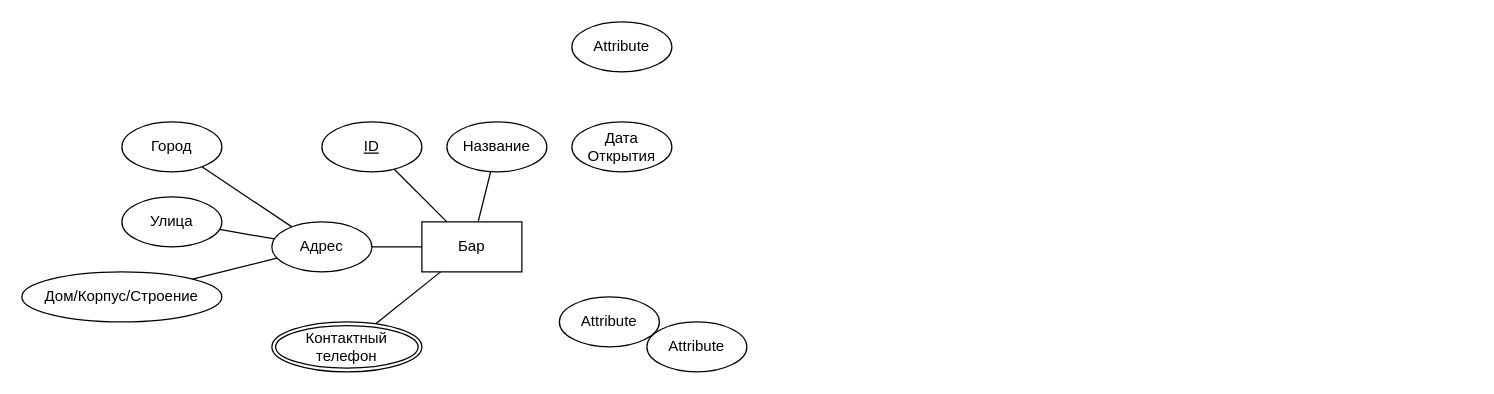
Above: erm.drawio in randomunrandom/pkis (draw.io), before the change. Source tidied: cells renumbered, new cells numbered last; positions are measured from the earlier drawing's top-left corner, leaving out a move shared by most shapes. Both pictures are drawn from the tidied source at 125%, with x=0, y=0 at pixel (21, 21).
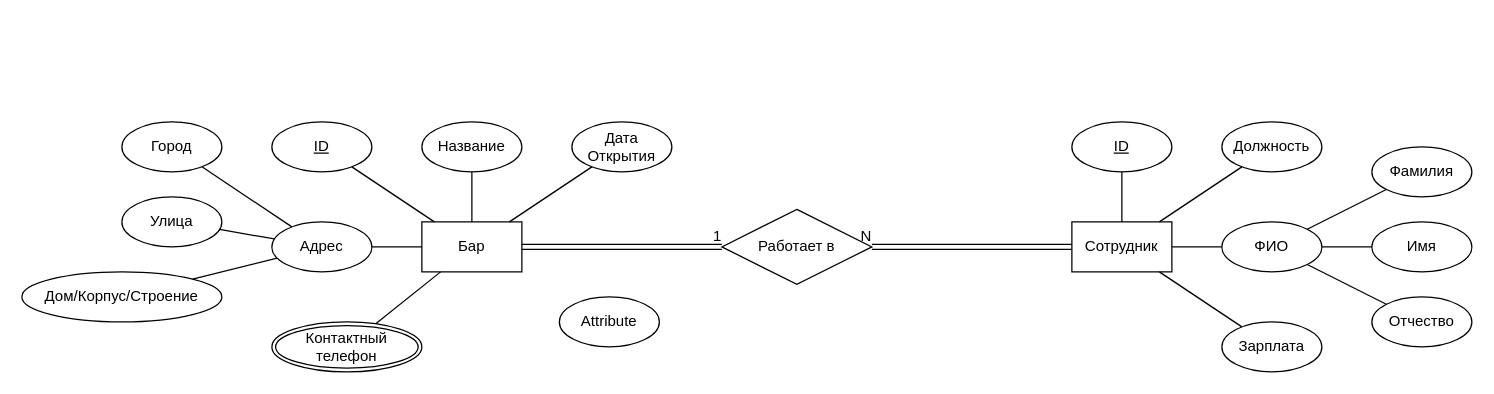
Above is the later version.

Unchanged cells that the change refers to:
```xml
<mxCell id="2" value="Бар" style="whiteSpace=wrap;html=1;align=center;" parent="1" vertex="1">
  <mxGeometry x="320" y="160" width="80" height="40" as="geometry" />
</mxCell>
<mxCell id="16" value="Дата Открытия" style="ellipse;whiteSpace=wrap;html=1;align=center;" parent="1" vertex="1">
  <mxGeometry x="440" y="80" width="80" height="40" as="geometry" />
</mxCell>
```

What changed in the source:
```diff
@@
     <mxCell id="3" value="ID" style="ellipse;whiteSpace=wrap;html=1;align=center;fontStyle=4;" parent="1" vertex="1">
-      <mxGeometry x="240" y="80" width="80" height="40" as="geometry" />
+      <mxGeometry x="200" y="80" width="80" height="40" as="geometry" />
     </mxCell>
@@
     <mxCell id="5" value="Название" style="ellipse;whiteSpace=wrap;html=1;align=center;" parent="1" vertex="1">
-      <mxGeometry x="340" y="80" width="80" height="40" as="geometry" />
+      <mxGeometry x="320" y="80" width="80" height="40" as="geometry" />
     </mxCell>
@@
-    <mxCell id="14" value="Attribute" style="ellipse;whiteSpace=wrap;html=1;align=center;" parent="1" vertex="1">
-      <mxGeometry x="500" y="240" width="80" height="40" as="geometry" />
+    <mxCell id="14" value="ФИО" style="ellipse;whiteSpace=wrap;html=1;align=center;" parent="1" vertex="1">
+      <mxGeometry x="960" y="160" width="80" height="40" as="geometry" />
     </mxCell>
@@
-    <mxCell id="17" value="Attribute" style="ellipse;whiteSpace=wrap;html=1;align=center;" parent="1" vertex="1">
-      <mxGeometry x="440" width="80" height="40" as="geometry" />
+    <mxCell id="17" value="&lt;u&gt;ID&lt;/u&gt;" style="ellipse;whiteSpace=wrap;html=1;align=center;" parent="1" vertex="1">
+      <mxGeometry x="840" y="80" width="80" height="40" as="geometry" />
     </mxCell>
@@
+    <mxCell id="21" style="endArrow=none;html=1;rounded=0;" parent="1" edge="1" source="16" target="2">
+      <mxGeometry relative="1" as="geometry" />
+    </mxCell>
+    <mxCell id="22" value="Работает в" style="shape=rhombus;perimeter=rhombusPerimeter;whiteSpace=wrap;html=1;align=center;" parent="1" vertex="1">
+      <mxGeometry x="560" y="150" width="120" height="60" as="geometry" />
+    </mxCell>
+    <mxCell id="23" value="Сотрудник" style="whiteSpace=wrap;html=1;align=center;" parent="1" vertex="1">
+      <mxGeometry x="840" y="160" width="80" height="40" as="geometry" />
+    </mxCell>
+    <mxCell id="24" style="endArrow=none;html=1;rounded=0;" parent="1" edge="1" source="17" target="23">
+      <mxGeometry relative="1" as="geometry" />
+    </mxCell>
+    <mxCell id="25" value="Имя" style="ellipse;whiteSpace=wrap;html=1;align=center;" parent="1" vertex="1">
+      <mxGeometry x="1080" y="160" width="80" height="40" as="geometry" />
+    </mxCell>
+    <mxCell id="26" value="Фамилия" style="ellipse;whiteSpace=wrap;html=1;align=center;" parent="1" vertex="1">
+      <mxGeometry x="1080" y="100" width="80" height="40" as="geometry" />
+    </mxCell>
+    <mxCell id="27" value="Отчество" style="ellipse;whiteSpace=wrap;html=1;align=center;" parent="1" vertex="1">
+      <mxGeometry x="1080" y="220" width="80" height="40" as="geometry" />
+    </mxCell>
+    <mxCell id="28" style="endArrow=none;html=1;rounded=0;" parent="1" edge="1" source="14" target="23">
+      <mxGeometry relative="1" as="geometry" />
+    </mxCell>
+    <mxCell id="29" style="endArrow=none;html=1;rounded=0;" parent="1" edge="1" source="25" target="14">
+      <mxGeometry relative="1" as="geometry" />
+    </mxCell>
+    <mxCell id="30" style="endArrow=none;html=1;rounded=0;" parent="1" edge="1" source="27" target="14">
+      <mxGeometry relative="1" as="geometry" />
+    </mxCell>
+    <mxCell id="31" style="endArrow=none;html=1;rounded=0;" parent="1" edge="1" source="26" target="14">
+      <mxGeometry relative="1" as="geometry" />
+    </mxCell>
+    <mxCell id="32" style="shape=link;html=1;rounded=0;endArrow=none;endFill=0;" parent="1" edge="1" source="2" target="22">
+      <mxGeometry relative="1" as="geometry" />
+    </mxCell>
+    <mxCell id="33" value="1" style="html=1;align=right;verticalAlign=bottom;" parent="32" vertex="1">
+      <mxGeometry x="1" relative="1" as="geometry" />
+    </mxCell>
+    <mxCell id="34" style="shape=link;html=1;rounded=0;endArrow=none;endFill=0;" parent="1" edge="1" source="23" target="22">
+      <mxGeometry relative="1" as="geometry" />
+    </mxCell>
+    <mxCell id="35" value="N" style="html=1;align=right;verticalAlign=bottom;" parent="34" vertex="1">
+      <mxGeometry x="1" relative="1" as="geometry" />
+    </mxCell>
+    <mxCell id="36" value="Должность" style="ellipse;whiteSpace=wrap;html=1;align=center;" parent="1" vertex="1">
+      <mxGeometry x="960" y="80" width="80" height="40" as="geometry" />
+    </mxCell>
+    <mxCell id="37" style="endArrow=none;html=1;rounded=0;" parent="1" edge="1" source="36" target="23">
+      <mxGeometry relative="1" as="geometry" />
+    </mxCell>
+    <mxCell id="38" value="Зарплата" style="ellipse;whiteSpace=wrap;html=1;align=center;" parent="1" vertex="1">
+      <mxGeometry x="960" y="240" width="80" height="40" as="geometry" />
+    </mxCell>
+    <mxCell id="39" style="endArrow=none;html=1;rounded=0;" parent="1" edge="1" source="38" target="23">
+      <mxGeometry relative="1" as="geometry" />
+    </mxCell>
```
